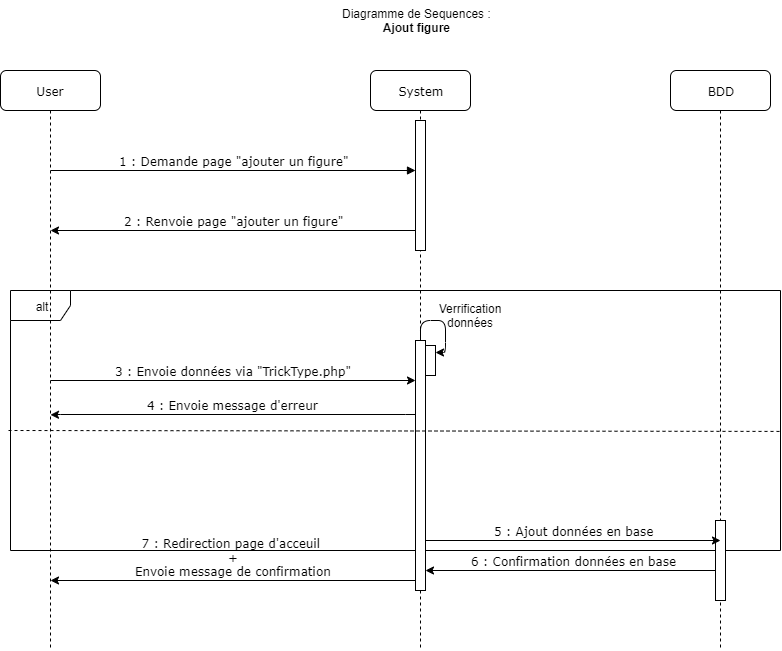
The draw.io diagram UMLs/Sequence/DiagrammeSequenceAddTricks.png in erreur4045/symfony, before a commit. Source tidied: cells renumbered, new cells last; positions are measured from the earlier drawing's top-left corner, leaving out a move shared by most shapes. Source of this version:
```xml
<mxGraphModel background="#ffffff">
  <root>
    <mxCell id="0" />
    <mxCell id="1" parent="0" />
    <mxCell id="2" value="6 : Confirmation données en base" style="html=1;verticalAlign=bottom;endArrow=none;labelBackgroundColor=none;fontFamily=Verdana;fontSize=12;edgeStyle=elbowEdgeStyle;elbow=vertical;startArrow=classic;startFill=1;endFill=0;" parent="1" edge="1">
      <mxGeometry relative="1" as="geometry">
        <mxPoint x="425" y="570" as="sourcePoint" />
        <mxPoint x="720" y="570" as="targetPoint" />
      </mxGeometry>
    </mxCell>
    <mxCell id="3" value="alt" style="shape=umlFrame;whiteSpace=wrap;html=1;" parent="1" vertex="1">
      <mxGeometry x="10" y="290" width="770" height="260" as="geometry" />
    </mxCell>
    <mxCell id="4" value="System" style="shape=umlLifeline;perimeter=lifelinePerimeter;whiteSpace=wrap;html=1;rounded=1;shadow=0;comic=0;labelBackgroundColor=none;strokeWidth=1;fontFamily=Verdana;fontSize=12;align=center;" parent="1" vertex="1">
      <mxGeometry x="370" y="70" width="100" height="580" as="geometry" />
    </mxCell>
    <mxCell id="5" style="html=1;points=[];perimeter=orthogonalPerimeter;rounded=0;shadow=0;comic=0;labelBackgroundColor=none;strokeWidth=1;fontFamily=Verdana;fontSize=12;align=center;" parent="4" vertex="1">
      <mxGeometry x="45" y="50" width="10" height="130" as="geometry" />
    </mxCell>
    <mxCell id="6" style="html=1;points=[];perimeter=orthogonalPerimeter;rounded=0;shadow=0;comic=0;labelBackgroundColor=none;strokeWidth=1;fontFamily=Verdana;fontSize=12;align=center;" parent="4" vertex="1">
      <mxGeometry x="45" y="270" width="10" height="250" as="geometry" />
    </mxCell>
    <mxCell id="7" value="BDD" style="shape=umlLifeline;perimeter=lifelinePerimeter;whiteSpace=wrap;html=1;rounded=1;shadow=0;comic=0;labelBackgroundColor=none;strokeWidth=1;fontFamily=Verdana;fontSize=12;align=center;" parent="1" vertex="1">
      <mxGeometry x="670" y="70" width="100" height="580" as="geometry" />
    </mxCell>
    <mxCell id="8" style="html=1;perimeter=orthogonalPerimeter;rounded=0;shadow=0;comic=0;labelBackgroundColor=none;strokeWidth=1;fontFamily=Verdana;fontSize=12;align=center;" parent="7" vertex="1">
      <mxGeometry x="45" y="450" width="10" height="80" as="geometry" />
    </mxCell>
    <mxCell id="9" value="User" style="shape=umlLifeline;perimeter=lifelinePerimeter;whiteSpace=wrap;html=1;rounded=1;shadow=0;comic=0;labelBackgroundColor=none;strokeWidth=1;fontFamily=Verdana;fontSize=12;align=center;" parent="1" vertex="1">
      <mxGeometry y="70" width="100" height="580" as="geometry" />
    </mxCell>
    <mxCell id="10" value="1 : Demande page &quot;ajouter un figure&quot;" style="html=1;verticalAlign=bottom;endArrow=block;labelBackgroundColor=none;fontFamily=Verdana;fontSize=12;edgeStyle=elbowEdgeStyle;elbow=vertical;" parent="1" edge="1" target="5">
      <mxGeometry relative="1" as="geometry">
        <mxPoint x="50" y="170" as="sourcePoint" />
      </mxGeometry>
    </mxCell>
    <mxCell id="11" value="2 : Renvoie page &quot;ajouter un figure&quot;" style="html=1;verticalAlign=bottom;endArrow=none;labelBackgroundColor=none;fontFamily=Verdana;fontSize=12;edgeStyle=elbowEdgeStyle;elbow=vertical;startArrow=classic;startFill=1;endFill=0;" parent="1" edge="1">
      <mxGeometry relative="1" as="geometry">
        <mxPoint x="50" y="230" as="sourcePoint" />
        <mxPoint x="415" y="230" as="targetPoint" />
      </mxGeometry>
    </mxCell>
    <mxCell id="12" value="3 : Envoie données via &quot;TrickType.php&quot;" style="html=1;verticalAlign=bottom;endArrow=classic;labelBackgroundColor=none;fontFamily=Verdana;fontSize=12;edgeStyle=elbowEdgeStyle;elbow=vertical;startArrow=none;startFill=0;endFill=1;" parent="1" edge="1">
      <mxGeometry relative="1" as="geometry">
        <mxPoint x="50" y="380" as="sourcePoint" />
        <mxPoint x="415" y="380" as="targetPoint" />
      </mxGeometry>
    </mxCell>
    <mxCell id="13" style="html=1;points=[];perimeter=orthogonalPerimeter;rounded=0;shadow=0;comic=0;labelBackgroundColor=none;strokeWidth=1;fontFamily=Verdana;fontSize=12;align=center;strokeColor=#000000;" parent="1" vertex="1">
      <mxGeometry x="425" y="345" width="10" height="30" as="geometry" />
    </mxCell>
    <mxCell id="14" style="edgeStyle=orthogonalEdgeStyle;rounded=1;jettySize=auto;html=1;entryX=1.009;entryY=0.249;entryDx=0;entryDy=0;entryPerimeter=0;startArrow=none;startFill=0;endArrow=classic;endFill=1;" parent="1" edge="1" source="6" target="13">
      <mxGeometry relative="1" as="geometry">
        <Array as="points">
          <mxPoint x="420" y="320" />
          <mxPoint x="445" y="320" />
          <mxPoint x="445" y="352" />
        </Array>
      </mxGeometry>
    </mxCell>
    <mxCell id="15" value="Verrification données" style="text;html=1;strokeColor=none;fillColor=none;align=center;verticalAlign=middle;whiteSpace=wrap;rounded=0;" parent="1" vertex="1">
      <mxGeometry x="460" y="310" width="20" height="10" as="geometry" />
    </mxCell>
    <mxCell id="16" value="4 : Envoie message d'erreur" style="html=1;verticalAlign=bottom;endArrow=none;labelBackgroundColor=none;fontFamily=Verdana;fontSize=12;edgeStyle=elbowEdgeStyle;elbow=vertical;startArrow=classic;startFill=1;endFill=0;" parent="1" edge="1">
      <mxGeometry relative="1" as="geometry">
        <mxPoint x="50" y="414.3" as="sourcePoint" />
        <mxPoint x="415" y="414.3" as="targetPoint" />
      </mxGeometry>
    </mxCell>
    <mxCell id="17" value="5 : Ajout données en base" style="html=1;verticalAlign=bottom;endArrow=classic;labelBackgroundColor=none;fontFamily=Verdana;fontSize=12;edgeStyle=elbowEdgeStyle;elbow=vertical;startArrow=none;startFill=0;endFill=1;" parent="1" edge="1">
      <mxGeometry relative="1" as="geometry">
        <mxPoint x="425" y="540" as="sourcePoint" />
        <mxPoint x="720" y="540" as="targetPoint" />
      </mxGeometry>
    </mxCell>
    <mxCell id="18" value="7 : Redirection page d'acceuil &lt;br&gt;+&lt;br&gt;Envoie message de confirmation" style="html=1;verticalAlign=bottom;endArrow=none;labelBackgroundColor=none;fontFamily=Verdana;fontSize=12;edgeStyle=elbowEdgeStyle;elbow=vertical;startArrow=classic;startFill=1;endFill=0;" parent="1" edge="1">
      <mxGeometry relative="1" as="geometry">
        <mxPoint x="50" y="580" as="sourcePoint" />
        <mxPoint x="415" y="580" as="targetPoint" />
      </mxGeometry>
    </mxCell>
    <mxCell id="19" value="Diagramme de Sequences :&lt;br&gt;&lt;div style=&quot;text-align: center&quot;&gt;&lt;span&gt;&lt;b&gt;Ajout figure&lt;/b&gt;&lt;/span&gt;&lt;/div&gt;" style="text;html=1;" parent="1" vertex="1">
      <mxGeometry x="340" width="180" height="40" as="geometry" />
    </mxCell>
    <mxCell id="20" style="endArrow=none;dashed=1;html=1;entryX=0.999;entryY=0.542;entryDx=0;entryDy=0;entryPerimeter=0;" parent="1" edge="1" target="3">
      <mxGeometry relative="1" as="geometry">
        <mxPoint x="8" y="430" as="sourcePoint" />
      </mxGeometry>
    </mxCell>
  </root>
</mxGraphModel>
```
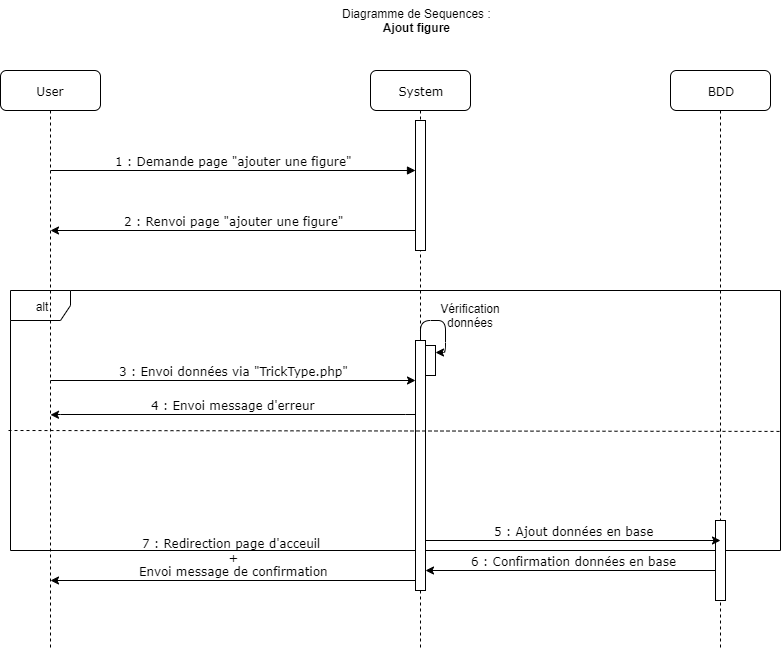
The same diagram one commit later.

What changed in the source:
```diff
@@ -29,18 +29,18 @@
     <mxCell id="9" value="User" style="shape=umlLifeline;perimeter=lifelinePerimeter;whiteSpace=wrap;html=1;rounded=1;shadow=0;comic=0;labelBackgroundColor=none;strokeWidth=1;fontFamily=Verdana;fontSize=12;align=center;" parent="1" vertex="1">
       <mxGeometry y="70" width="100" height="580" as="geometry" />
     </mxCell>
-    <mxCell id="10" value="1 : Demande page &quot;ajouter un figure&quot;" style="html=1;verticalAlign=bottom;endArrow=block;labelBackgroundColor=none;fontFamily=Verdana;fontSize=12;edgeStyle=elbowEdgeStyle;elbow=vertical;" parent="1" edge="1" target="5">
+    <mxCell id="10" value="1 : Demande page &quot;ajouter une figure&quot;" style="html=1;verticalAlign=bottom;endArrow=block;labelBackgroundColor=none;fontFamily=Verdana;fontSize=12;edgeStyle=elbowEdgeStyle;elbow=vertical;" parent="1" edge="1" target="5">
       <mxGeometry relative="1" as="geometry">
         <mxPoint x="50" y="170" as="sourcePoint" />
       </mxGeometry>
     </mxCell>
-    <mxCell id="11" value="2 : Renvoie page &quot;ajouter un figure&quot;" style="html=1;verticalAlign=bottom;endArrow=none;labelBackgroundColor=none;fontFamily=Verdana;fontSize=12;edgeStyle=elbowEdgeStyle;elbow=vertical;startArrow=classic;startFill=1;endFill=0;" parent="1" edge="1">
+    <mxCell id="11" value="2 : Renvoi page &quot;ajouter une figure&quot;" style="html=1;verticalAlign=bottom;endArrow=none;labelBackgroundColor=none;fontFamily=Verdana;fontSize=12;edgeStyle=elbowEdgeStyle;elbow=vertical;startArrow=classic;startFill=1;endFill=0;" parent="1" edge="1">
       <mxGeometry relative="1" as="geometry">
         <mxPoint x="50" y="230" as="sourcePoint" />
         <mxPoint x="415" y="230" as="targetPoint" />
       </mxGeometry>
     </mxCell>
-    <mxCell id="12" value="3 : Envoie données via &quot;TrickType.php&quot;" style="html=1;verticalAlign=bottom;endArrow=classic;labelBackgroundColor=none;fontFamily=Verdana;fontSize=12;edgeStyle=elbowEdgeStyle;elbow=vertical;startArrow=none;startFill=0;endFill=1;" parent="1" edge="1">
+    <mxCell id="12" value="3 : Envoi données via &quot;TrickType.php&quot;" style="html=1;verticalAlign=bottom;endArrow=classic;labelBackgroundColor=none;fontFamily=Verdana;fontSize=12;edgeStyle=elbowEdgeStyle;elbow=vertical;startArrow=none;startFill=0;endFill=1;" parent="1" edge="1">
       <mxGeometry relative="1" as="geometry">
         <mxPoint x="50" y="380" as="sourcePoint" />
         <mxPoint x="415" y="380" as="targetPoint" />
@@ -58,10 +58,10 @@
         </Array>
       </mxGeometry>
     </mxCell>
-    <mxCell id="15" value="Verrification données" style="text;html=1;strokeColor=none;fillColor=none;align=center;verticalAlign=middle;whiteSpace=wrap;rounded=0;" parent="1" vertex="1">
+    <mxCell id="15" value="Vérification données" style="text;html=1;strokeColor=none;fillColor=none;align=center;verticalAlign=middle;whiteSpace=wrap;rounded=0;" parent="1" vertex="1">
       <mxGeometry x="460" y="310" width="20" height="10" as="geometry" />
     </mxCell>
-    <mxCell id="16" value="4 : Envoie message d'erreur" style="html=1;verticalAlign=bottom;endArrow=none;labelBackgroundColor=none;fontFamily=Verdana;fontSize=12;edgeStyle=elbowEdgeStyle;elbow=vertical;startArrow=classic;startFill=1;endFill=0;" parent="1" edge="1">
+    <mxCell id="16" value="4 : Envoi message d'erreur" style="html=1;verticalAlign=bottom;endArrow=none;labelBackgroundColor=none;fontFamily=Verdana;fontSize=12;edgeStyle=elbowEdgeStyle;elbow=vertical;startArrow=classic;startFill=1;endFill=0;" parent="1" edge="1">
       <mxGeometry relative="1" as="geometry">
         <mxPoint x="50" y="414.3" as="sourcePoint" />
         <mxPoint x="415" y="414.3" as="targetPoint" />
@@ -73,7 +73,7 @@
         <mxPoint x="720" y="540" as="targetPoint" />
       </mxGeometry>
     </mxCell>
-    <mxCell id="18" value="7 : Redirection page d'acceuil &lt;br&gt;+&lt;br&gt;Envoie message de confirmation" style="html=1;verticalAlign=bottom;endArrow=none;labelBackgroundColor=none;fontFamily=Verdana;fontSize=12;edgeStyle=elbowEdgeStyle;elbow=vertical;startArrow=classic;startFill=1;endFill=0;" parent="1" edge="1">
+    <mxCell id="18" value="7 : Redirection page d'acceuil &lt;br&gt;+&lt;br&gt;Envoi message de confirmation" style="html=1;verticalAlign=bottom;endArrow=none;labelBackgroundColor=none;fontFamily=Verdana;fontSize=12;edgeStyle=elbowEdgeStyle;elbow=vertical;startArrow=classic;startFill=1;endFill=0;" parent="1" edge="1">
       <mxGeometry relative="1" as="geometry">
         <mxPoint x="50" y="580" as="sourcePoint" />
         <mxPoint x="415" y="580" as="targetPoint" />
```
